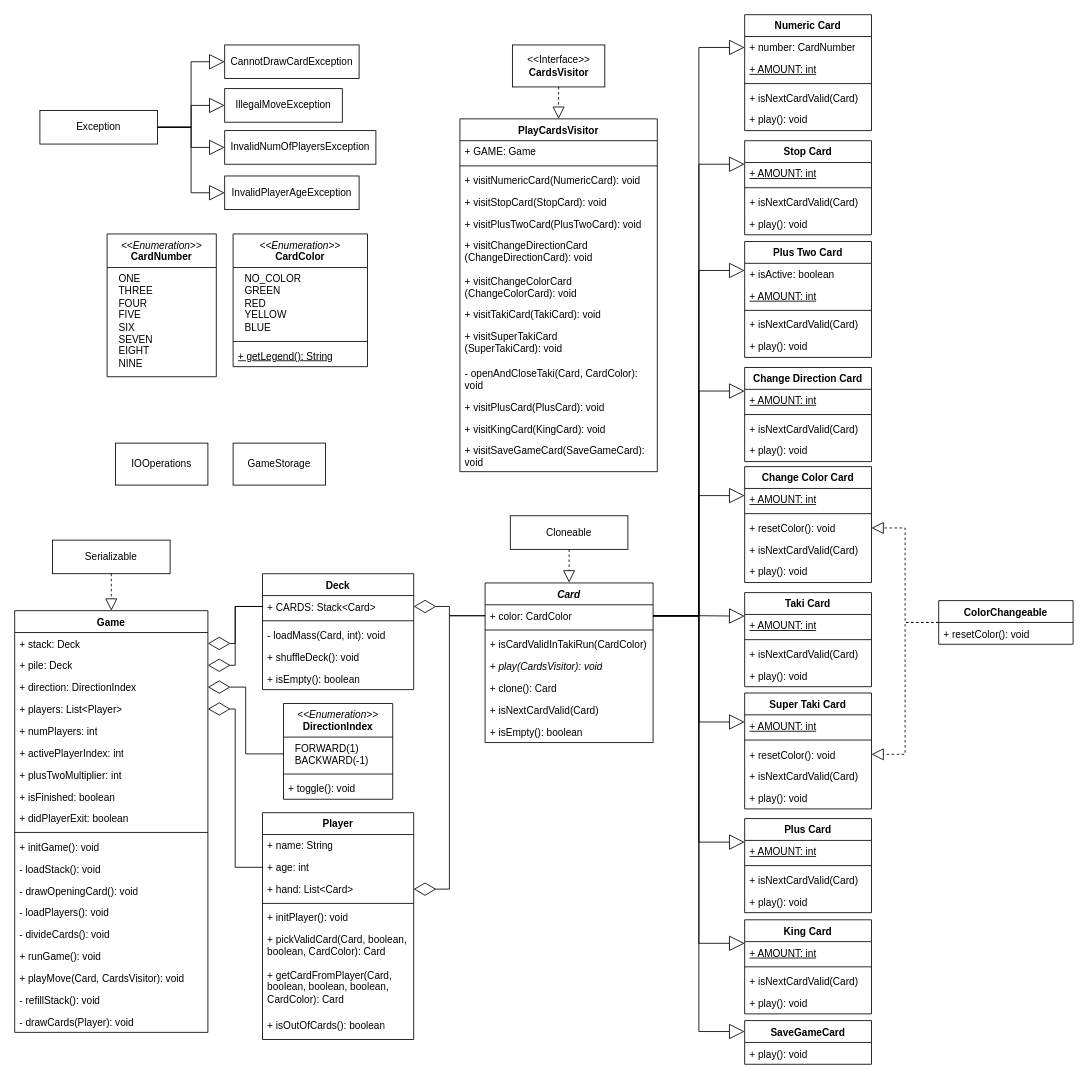
This is UML/Taki.drawio from nzamski/Taki, a draw.io file, before an edit. Source tidied: cells renumbered, new cells numbered last; positions are measured from the earlier drawing's top-left corner, leaving out a move shared by most shapes. Both pictures are drawn from the tidied source at 84%, with x=0, y=0 at pixel (14, 14).
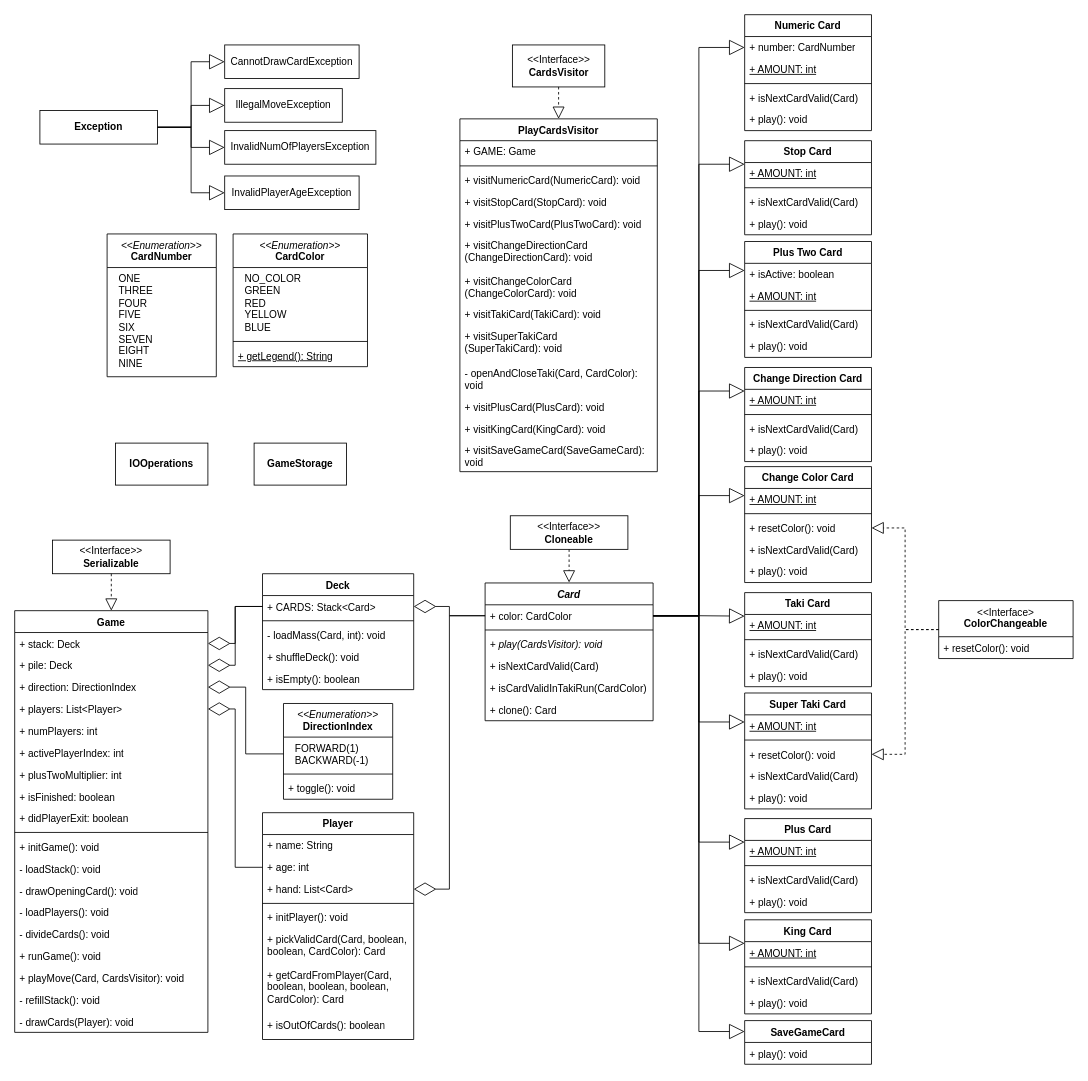
The same diagram, later.

Change to the diagram source:
```diff
@@
-    <mxCell id="86" value="Exception" style="html=1;whiteSpace=wrap;" parent="1" vertex="1">
+    <mxCell id="86" value="&lt;b&gt;Exception&lt;/b&gt;" style="html=1;whiteSpace=wrap;" parent="1" vertex="1">
       <mxGeometry x="30" y="114" width="140" height="40" as="geometry" />
     </mxCell>
@@
-    <mxCell id="92" value="IOOperations" style="html=1;whiteSpace=wrap;" parent="1" vertex="1">
+    <mxCell id="92" value="&lt;b&gt;IOOperations&lt;/b&gt;" style="html=1;whiteSpace=wrap;" parent="1" vertex="1">
       <mxGeometry x="120" y="510" width="110" height="50" as="geometry" />
     </mxCell>
@@
-    <mxCell id="95" value="Cloneable" style="html=1;whiteSpace=wrap;" parent="1" vertex="1">
+    <mxCell id="95" value="&amp;lt;&amp;lt;Interface&amp;gt;&amp;gt;&lt;br&gt;&lt;b&gt;Cloneable&lt;/b&gt;" style="html=1;whiteSpace=wrap;" parent="1" vertex="1">
       <mxGeometry x="590" y="596.5" width="140" height="40" as="geometry" />
     </mxCell>
-    <mxCell id="96" value="Serializable" style="html=1;whiteSpace=wrap;" parent="1" vertex="1">
+    <mxCell id="96" value="&amp;lt;&amp;lt;Interface&amp;gt;&amp;gt;&lt;br&gt;&lt;b&gt;Serializable&lt;/b&gt;" style="html=1;whiteSpace=wrap;" parent="1" vertex="1">
       <mxGeometry x="45" y="625.5" width="140" height="40" as="geometry" />
     </mxCell>
@@
-    <mxCell id="108" value="ColorChangeable" style="swimlane;fontStyle=1;align=center;verticalAlign=top;horizontal=1;startSize=26;whiteSpace=wrap;html=1;" parent="1" vertex="1">
-      <mxGeometry x="1100" y="697.5" width="160" height="52" as="geometry" />
+    <mxCell id="108" value="&lt;span style=&quot;font-weight: normal;&quot;&gt;&amp;lt;&amp;lt;Interface&amp;gt;&lt;/span&gt;&lt;br&gt;ColorChangeable" style="swimlane;fontStyle=1;align=center;verticalAlign=top;horizontal=1;startSize=43;whiteSpace=wrap;html=1;" parent="1" vertex="1">
+      <mxGeometry x="1100" y="697.5" width="160" height="69" as="geometry" />
     </mxCell>
     <mxCell id="109" value="+ resetColor(): void" style="text;strokeColor=none;fillColor=none;align=left;verticalAlign=top;spacingLeft=4;spacingRight=4;overflow=hidden;whiteSpace=wrap;html=1;" parent="108" vertex="1">
-      <mxGeometry y="26" width="160" height="26" as="geometry" />
+      <mxGeometry y="43" width="160" height="26" as="geometry" />
     </mxCell>
@@
     <mxCell id="145" value="&lt;i&gt;Card&lt;/i&gt;" style="swimlane;fontStyle=1;align=center;verticalAlign=top;horizontal=1;startSize=26;whiteSpace=wrap;html=1;" parent="1" vertex="1">
-      <mxGeometry x="560" y="676.5" width="200" height="190" as="geometry" />
+      <mxGeometry x="560" y="676.5" width="200" height="164" as="geometry" />
     </mxCell>
@@
+    <mxCell id="149" value="&lt;i&gt;+ play(CardsVisitor): void&lt;/i&gt;" style="text;strokeColor=none;fillColor=none;align=left;verticalAlign=top;spacingLeft=4;spacingRight=4;overflow=hidden;whiteSpace=wrap;html=1;" parent="145" vertex="1">
+      <mxGeometry y="60" width="200" height="26" as="geometry" />
+    </mxCell>
+    <mxCell id="151" value="+ isNextCardValid(Card)" style="text;strokeColor=none;fillColor=none;align=left;verticalAlign=top;spacingLeft=4;spacingRight=4;overflow=hidden;whiteSpace=wrap;html=1;" parent="145" vertex="1">
+      <mxGeometry y="86" width="200" height="26" as="geometry" />
+    </mxCell>
     <mxCell id="148" value="+ isCardValidInTakiRun(CardColor)" style="text;strokeColor=none;fillColor=none;align=left;verticalAlign=top;spacingLeft=4;spacingRight=4;overflow=hidden;whiteSpace=wrap;html=1;" parent="145" vertex="1">
-      <mxGeometry y="60" width="200" height="26" as="geometry" />
+      <mxGeometry y="112" width="200" height="26" as="geometry" />
     </mxCell>
-    <mxCell id="149" value="&lt;i&gt;+ play(CardsVisitor): void&lt;/i&gt;" style="text;strokeColor=none;fillColor=none;align=left;verticalAlign=top;spacingLeft=4;spacingRight=4;overflow=hidden;whiteSpace=wrap;html=1;" parent="145" vertex="1">
-      <mxGeometry y="86" width="200" height="26" as="geometry" />
-    </mxCell>
     <mxCell id="150" value="+ clone(): Card" style="text;strokeColor=none;fillColor=none;align=left;verticalAlign=top;spacingLeft=4;spacingRight=4;overflow=hidden;whiteSpace=wrap;html=1;" parent="145" vertex="1">
-      <mxGeometry y="112" width="200" height="26" as="geometry" />
+      <mxGeometry y="138" width="200" height="26" as="geometry" />
     </mxCell>
-    <mxCell id="151" value="+ isNextCardValid(Card)" style="text;strokeColor=none;fillColor=none;align=left;verticalAlign=top;spacingLeft=4;spacingRight=4;overflow=hidden;whiteSpace=wrap;html=1;" parent="145" vertex="1">
-      <mxGeometry y="138" width="200" height="26" as="geometry" />
-    </mxCell>
-    <mxCell id="152" value="+ isEmpty(): boolean" style="text;strokeColor=none;fillColor=none;align=left;verticalAlign=top;spacingLeft=4;spacingRight=4;overflow=hidden;whiteSpace=wrap;html=1;" parent="145" vertex="1">
-      <mxGeometry y="164" width="200" height="26" as="geometry" />
-    </mxCell>
-    <mxCell id="153" value="GameStorage" style="html=1;whiteSpace=wrap;" parent="1" vertex="1">
-      <mxGeometry x="260" y="510" width="110" height="50" as="geometry" />
+    <mxCell id="153" value="&lt;b&gt;GameStorage&lt;/b&gt;" style="html=1;whiteSpace=wrap;" parent="1" vertex="1">
+      <mxGeometry x="285" y="510" width="110" height="50" as="geometry" />
     </mxCell>
```
